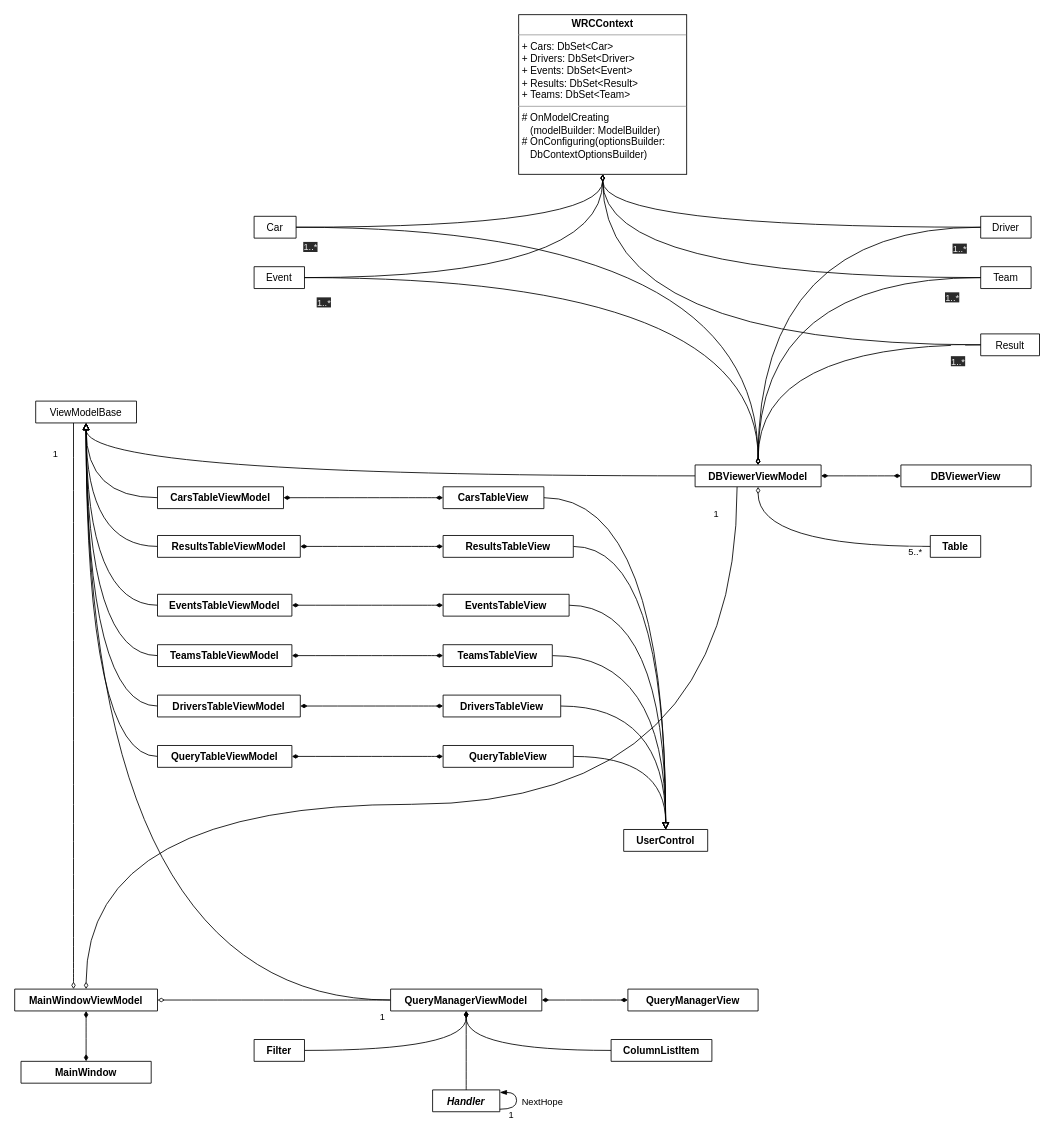
Above: ClassDiagram.drawio in Shadowrazes/BD-Reader (draw.io), before the change. Source tidied: cells renumbered, new cells numbered last; positions are measured from the earlier drawing's top-left corner, leaving out a move shared by most shapes. Both pictures are drawn from the tidied source at 84%, with x=0, y=0 at pixel (14, 14).
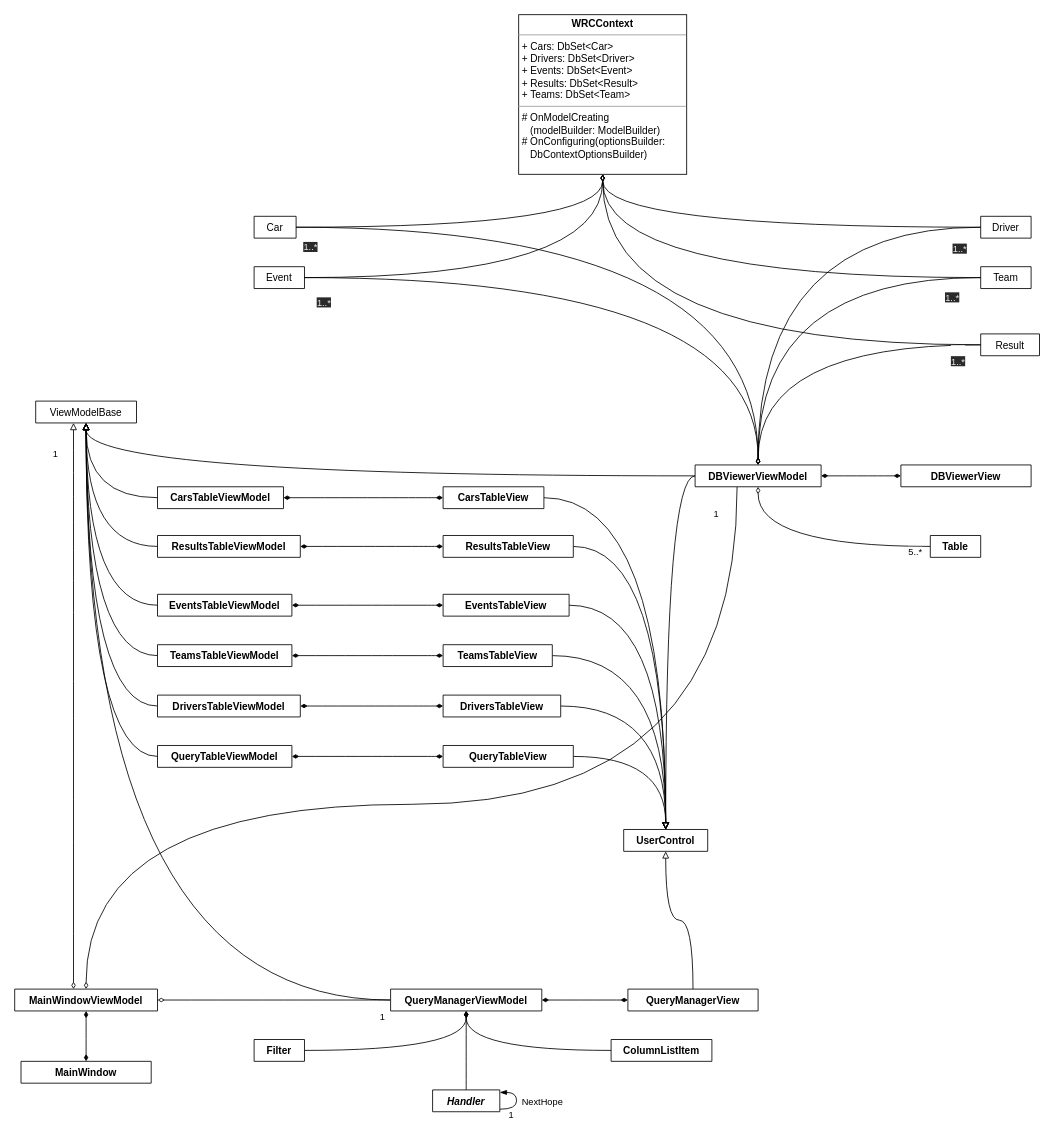
Above is the later version.

Commit message (it also covers changes not shown here):
Add class diagram report

Unchanged cells that the change refers to:
```xml
<mxCell id="19" value="ViewModelBase" style="swimlane;fontStyle=0;horizontal=1;startSize=26;fillColor=none;" parent="1" vertex="1" collapsed="1">
  <mxGeometry x="25" y="460" width="120" height="26" as="geometry" />
</mxCell>
<mxCell id="36" value="DBViewerViewModel" style="swimlane;fontStyle=1;align=center;verticalAlign=top;horizontal=1;startSize=26;" parent="1" vertex="1" collapsed="1">
  <mxGeometry x="810" y="536" width="150" height="26" as="geometry" />
</mxCell>
<mxCell id="41" value="MainWindowViewModel" style="swimlane;fontStyle=1;align=center;verticalAlign=top;horizontal=1;startSize=26;" parent="1" vertex="1" collapsed="1">
  <mxGeometry y="1160" width="170" height="26" as="geometry" />
</mxCell>
<mxCell id="48" value="UserControl" style="swimlane;fontStyle=1;align=center;verticalAlign=top;horizontal=1;startSize=26;" parent="1" vertex="1" collapsed="1">
  <mxGeometry x="725" y="970" width="100" height="26" as="geometry" />
</mxCell>
<mxCell id="71" value="QueryManagerView" style="swimlane;fontStyle=1;align=center;verticalAlign=top;horizontal=1;startSize=26;" parent="1" vertex="1" collapsed="1">
  <mxGeometry x="730" y="1160" width="155" height="26" as="geometry" />
</mxCell>
```

What changed in the source:
```diff
@@
-    <mxCell id="18" value="1" style="edgeStyle=orthogonalEdgeStyle;curved=1;jettySize=auto;html=1;endArrow=diamondThin;endFill=0;labelPosition=left;verticalLabelPosition=bottom;align=right;verticalAlign=top;" parent="1" edge="1" source="19" target="41">
+    <mxCell id="18" value="1" style="edgeStyle=orthogonalEdgeStyle;curved=1;jettySize=auto;html=1;endArrow=diamondThin;endFill=0;labelPosition=left;verticalLabelPosition=bottom;align=right;verticalAlign=top;startArrow=block;startFill=0;" parent="1" edge="1" source="19" target="41">
       <mxGeometry x="-0.93" y="-17" relative="1" as="geometry">
         <Array as="points">
-          <mxPoint x="70" y="1150" />
-          <mxPoint x="70" y="1150" />
+          <mxPoint x="70" y="680" />
+          <mxPoint x="70" y="680" />
         </Array>
       </mxGeometry>
     </mxCell>
@@
+    <mxCell id="74" style="edgeStyle=orthogonalEdgeStyle;curved=1;jettySize=auto;html=1;startArrow=none;startFill=0;endArrow=block;endFill=0;" parent="1" edge="1" source="36" target="48">
+      <mxGeometry relative="1" as="geometry">
+        <Array as="points">
+          <mxPoint x="775" y="549" />
+        </Array>
+      </mxGeometry>
+    </mxCell>
@@
+    <mxCell id="75" style="edgeStyle=orthogonalEdgeStyle;curved=1;jettySize=auto;html=1;startArrow=none;startFill=0;endArrow=block;endFill=0;" parent="1" edge="1" source="71" target="48">
+      <mxGeometry relative="1" as="geometry" />
+    </mxCell>
```
